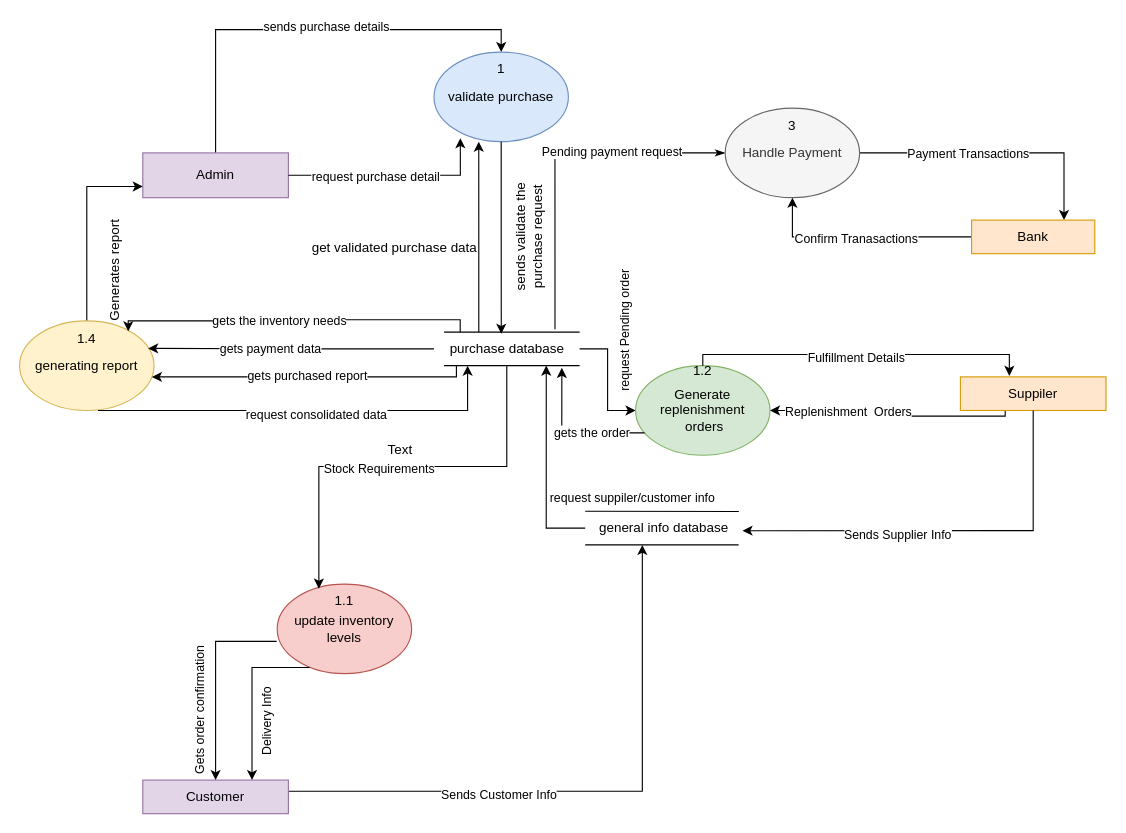
Earlier version of the draw.io diagram Payment level 1.drawio (pawal-karki/DRAW.IO). Source tidied: cells renumbered, new cells numbered last; positions are measured from the earlier drawing's top-left corner, leaving out a move shared by most shapes. Both pictures are drawn from the tidied source at 112%, with x=0, y=0 at pixel (-3, 52).
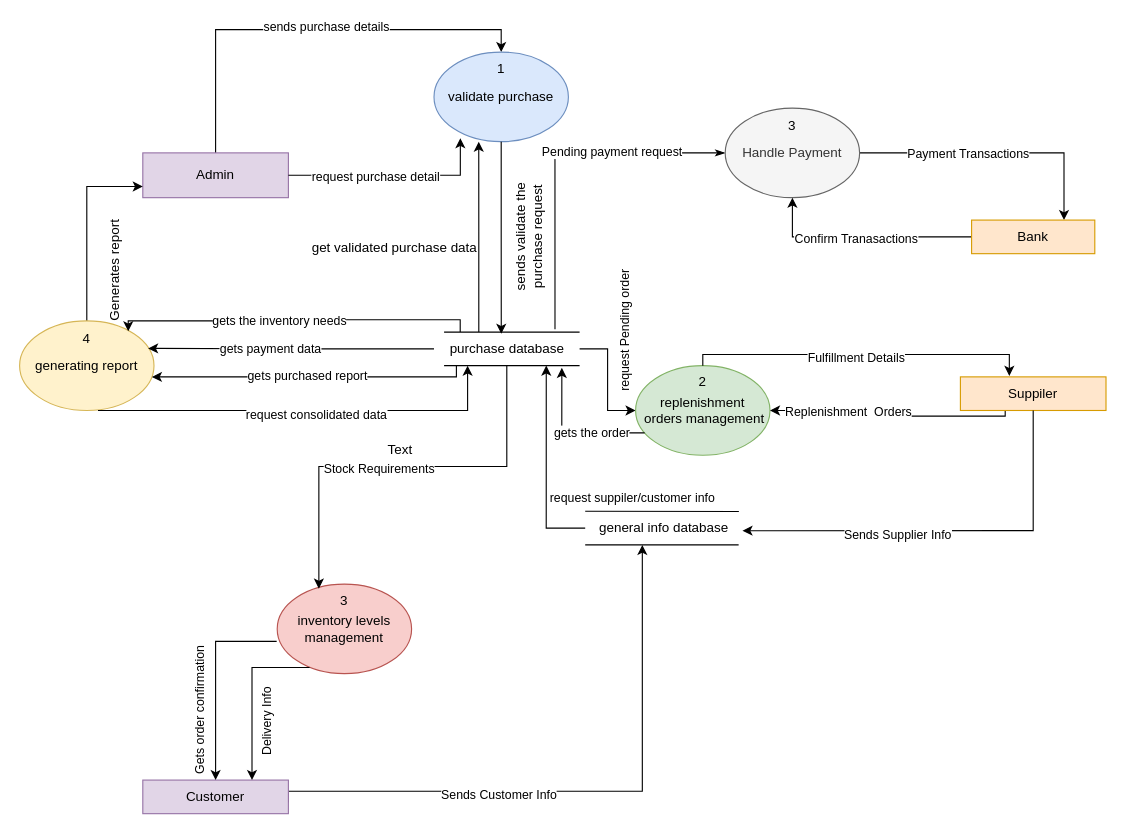
After the change.

The edit, as a diff of the source:
```diff
@@
-    <mxCell id="24" value="update inventory levels" style="ellipse;whiteSpace=wrap;html=1;fillColor=#f8cecc;strokeColor=#b85450;" parent="1" vertex="1">
+    <mxCell id="24" value="inventory levels management" style="ellipse;whiteSpace=wrap;html=1;fillColor=#f8cecc;strokeColor=#b85450;" parent="1" vertex="1">
       <mxGeometry x="250" y="475" width="120" height="80" as="geometry" />
     </mxCell>
@@
-    <mxCell id="38" value="Generate replenishment&lt;div&gt;&amp;nbsp;orders&lt;/div&gt;" style="ellipse;whiteSpace=wrap;html=1;fillColor=#d5e8d4;strokeColor=#82b366;" parent="1" vertex="1">
+    <mxCell id="38" value="replenishment&lt;div&gt;&amp;nbsp;orders management&lt;/div&gt;" style="ellipse;whiteSpace=wrap;html=1;fillColor=#d5e8d4;strokeColor=#82b366;" parent="1" vertex="1">
       <mxGeometry x="570" y="280" width="120" height="80" as="geometry" />
     </mxCell>
@@
-    <mxCell id="63" value="1.1" style="text;html=1;align=center;verticalAlign=middle;whiteSpace=wrap;rounded=0;" parent="1" vertex="1">
+    <mxCell id="63" value="3" style="text;html=1;align=center;verticalAlign=middle;whiteSpace=wrap;rounded=0;" parent="1" vertex="1">
       <mxGeometry x="280" y="475" width="60" height="30" as="geometry" />
     </mxCell>
-    <mxCell id="64" value="1.2" style="text;html=1;align=center;verticalAlign=middle;whiteSpace=wrap;rounded=0;" parent="1" vertex="1">
-      <mxGeometry x="600" y="270" width="60" height="30" as="geometry" />
+    <mxCell id="64" value="2" style="text;html=1;align=center;verticalAlign=middle;whiteSpace=wrap;rounded=0;" parent="1" vertex="1">
+      <mxGeometry x="600" y="280" width="60" height="30" as="geometry" />
     </mxCell>
@@
-    <mxCell id="66" value="1.4" style="text;html=1;align=center;verticalAlign=middle;whiteSpace=wrap;rounded=0;" parent="1" vertex="1">
+    <mxCell id="66" value="4" style="text;html=1;align=center;verticalAlign=middle;whiteSpace=wrap;rounded=0;" parent="1" vertex="1">
       <mxGeometry x="50" y="241" width="60" height="30" as="geometry" />
     </mxCell>
```
